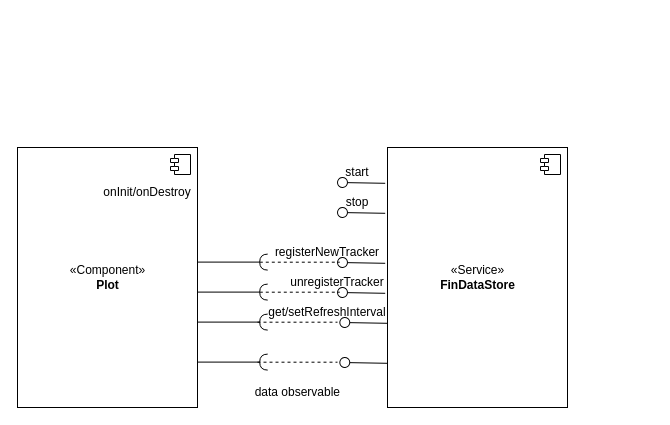
Above: page "DataCollection" (3 of 5) of design/frontend.app.swa.drawio in sergiunagy/findashboard (draw.io), before the change. Source tidied: cells renumbered, new cells numbered last; positions are measured from the earlier drawing's top-left corner, leaving out a move shared by most shapes. Both pictures are drawn from the tidied source at 100%, with x=0, y=0 at pixel (17, 147).
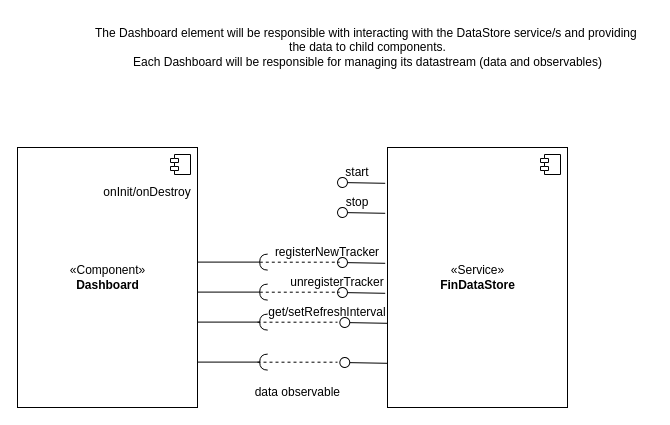
The same page after the edit.

Diff of the diagram source:
```diff
@@
-    <mxCell id="2" value="«Component»&lt;br&gt;&lt;b&gt;Plot&lt;/b&gt;" style="html=1;" parent="1" vertex="1">
+    <mxCell id="2" value="«Component»&lt;br&gt;&lt;b&gt;Dashboard&lt;/b&gt;" style="html=1;" parent="1" vertex="1">
       <mxGeometry width="180" height="260" as="geometry" />
     </mxCell>
@@
+    <mxCell id="33" value="The Dashboard element will be responsible with interacting with the DataStore service/s and providing&amp;nbsp;&lt;br&gt;the data to child components.&lt;br&gt;Each Dashboard will be responsible for managing its datastream (data and observables)" style="text;html=1;align=center;verticalAlign=middle;strokeColor=none;fillColor=none;" parent="1" vertex="1">
+      <mxGeometry x="65" y="-130" width="570" height="60" as="geometry" />
+    </mxCell>
```
